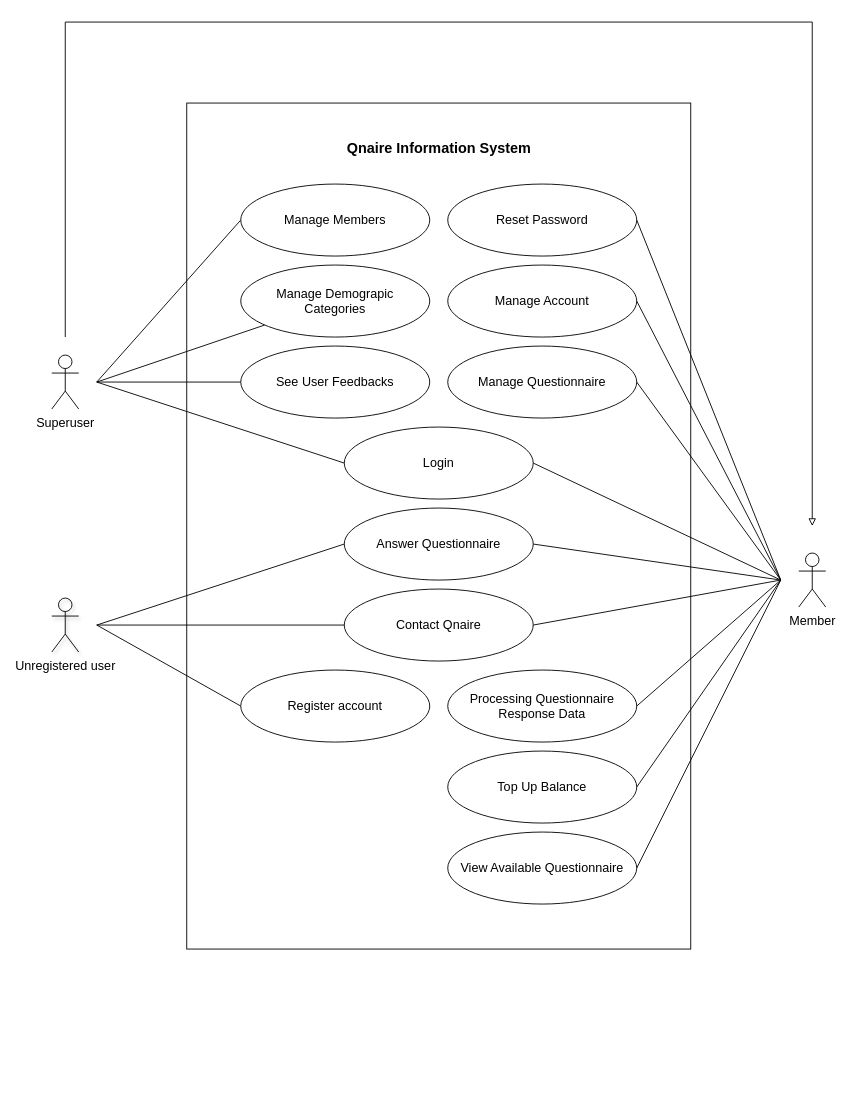
The draw.io diagram Diagram/use-case.drawio in techie-jhs/thesis, before the edit. Source tidied: cells renumbered, new cells numbered last; positions are measured from the earlier drawing's top-left corner, leaving out a move shared by most shapes. Both pictures are drawn from the tidied source at 90%, with x=0, y=0 at pixel (51, 22).
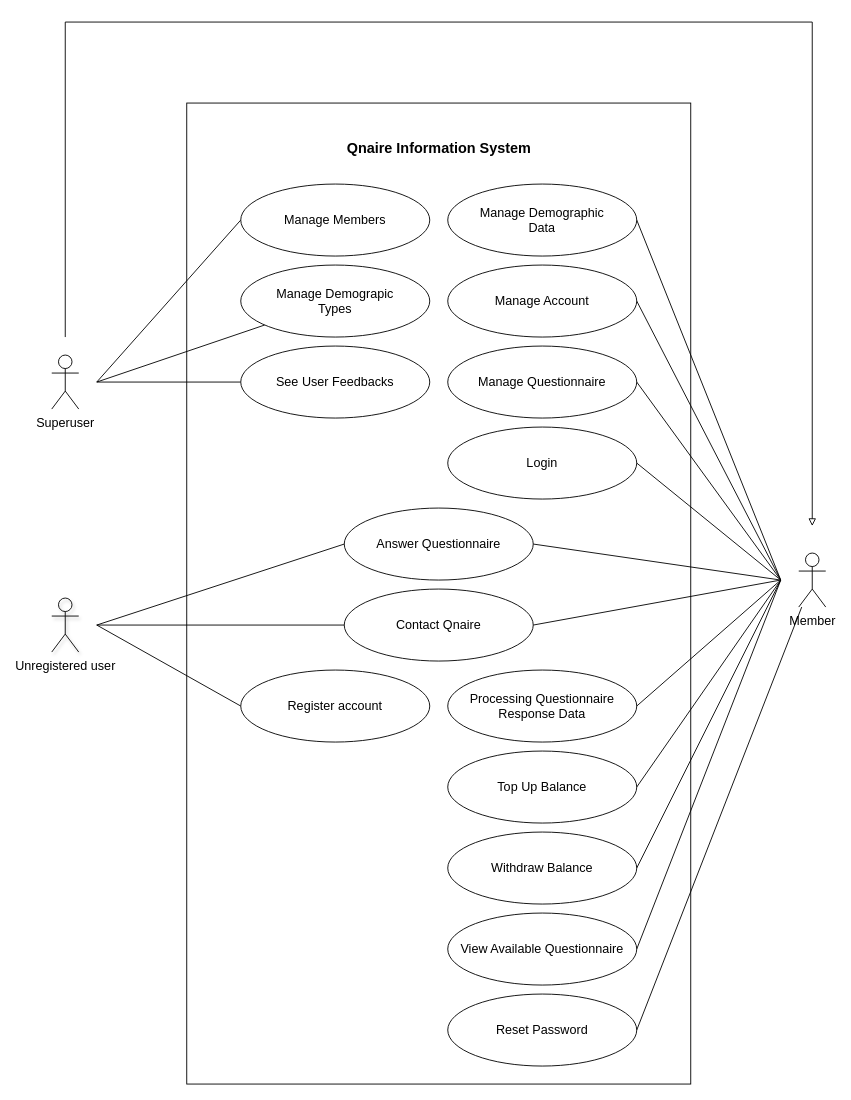
The same page after the edit.

Commit message (it also covers changes not shown here):
Add database schema

Unchanged cells that the change refers to:
```xml
<mxCell id="17" value="Member" style="shape=umlActor;verticalLabelPosition=bottom;verticalAlign=top;html=1;outlineConnect=0;fontSize=14;fillColor=none;" parent="1" vertex="1">
  <mxGeometry x="830" y="590" width="30" height="60" as="geometry" />
</mxCell>
```

Change to the diagram source:
```diff
@@
     <mxCell id="2" style="rounded=0;whiteSpace=wrap;html=1;" parent="1" vertex="1">
-      <mxGeometry x="150" y="90" width="560" height="940" as="geometry" />
+      <mxGeometry x="150" y="90" width="560" height="1090" as="geometry" />
     </mxCell>
@@
+    <mxCell id="37" style="rounded=0;jettySize=auto;html=1;entryX=1;entryY=0.5;entryDx=0;entryDy=0;endArrow=none;endFill=0;" parent="1" edge="1" target="39">
+      <mxGeometry relative="1" as="geometry">
+        <mxPoint x="810" y="620" as="sourcePoint" />
+      </mxGeometry>
+    </mxCell>
+    <mxCell id="38" style="edgeStyle=none;rounded=0;jettySize=auto;html=1;entryX=1;entryY=0.5;entryDx=0;entryDy=0;endArrow=none;endFill=0;" parent="1" edge="1" source="17" target="40">
+      <mxGeometry relative="1" as="geometry" />
+    </mxCell>
@@
-    <mxCell id="21" style="edgeStyle=none;rounded=0;jettySize=auto;html=1;entryX=0;entryY=0.5;entryDx=0;entryDy=0;endArrow=none;endFill=0;" parent="1" edge="1" target="29">
-      <mxGeometry relative="1" as="geometry">
-        <mxPoint x="50" y="400" as="sourcePoint" />
-      </mxGeometry>
-    </mxCell>
@@
     <mxCell id="29" value="Login" style="ellipse;whiteSpace=wrap;html=1;fontSize=14;" parent="1" vertex="1">
-      <mxGeometry x="325" y="450" width="210" height="80" as="geometry" />
+      <mxGeometry x="440" y="450" width="210" height="80" as="geometry" />
     </mxCell>
-    <mxCell id="30" value="Reset Password" style="ellipse;whiteSpace=wrap;html=1;fontSize=14;" parent="1" vertex="1">
+    <mxCell id="30" value="Manage Demographic&lt;br&gt;Data" style="ellipse;whiteSpace=wrap;html=1;fontSize=14;" parent="1" vertex="1">
       <mxGeometry x="440" y="180" width="210" height="80" as="geometry" />
     </mxCell>
@@
-    <mxCell id="35" value="Manage Demograpic&lt;br&gt;Categories" style="ellipse;whiteSpace=wrap;html=1;fontSize=14;" parent="1" vertex="1">
+    <mxCell id="35" value="Manage Demograpic&lt;br&gt;Types" style="ellipse;whiteSpace=wrap;html=1;fontSize=14;" parent="1" vertex="1">
       <mxGeometry x="210" y="270" width="210" height="80" as="geometry" />
     </mxCell>
-    <mxCell id="36" value="View Available Questionnaire" style="ellipse;whiteSpace=wrap;html=1;fontSize=14;" parent="1" vertex="1">
+    <mxCell id="36" value="Withdraw Balance" style="ellipse;whiteSpace=wrap;html=1;fontSize=14;" parent="1" vertex="1">
       <mxGeometry x="440" y="900" width="210" height="80" as="geometry" />
     </mxCell>
+    <mxCell id="39" value="View Available Questionnaire" style="ellipse;whiteSpace=wrap;html=1;fontSize=14;" parent="1" vertex="1">
+      <mxGeometry x="440" y="990" width="210" height="80" as="geometry" />
+    </mxCell>
+    <mxCell id="40" value="Reset Password" style="ellipse;whiteSpace=wrap;html=1;fontSize=14;" parent="1" vertex="1">
+      <mxGeometry x="440" y="1080" width="210" height="80" as="geometry" />
+    </mxCell>
```
